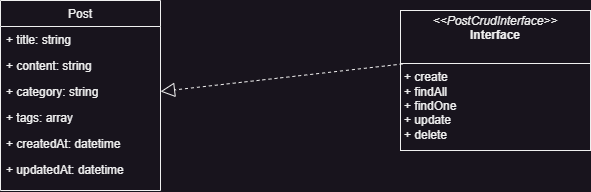
This is docs/diagrams/class/blogging_platform_api.png from Jexinte/Blogging-platform-api, a draw.io export, as it was before one commit. Source tidied: cells renumbered, new cells last; positions are measured from the earlier drawing's top-left corner, leaving out a move shared by most shapes.
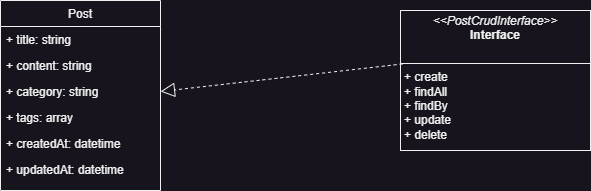
After the change.

Commit message:
delete function have been add to the interface and the class diagram have been updated #2

Diff of the diagram source:
```diff
@@ -23,7 +23,7 @@
     <mxCell id="8" value="+ updatedAt: datetime" style="text;align=left;verticalAlign=top;spacingLeft=4;spacingRight=4;overflow=hidden;rounded=0;shadow=0;html=0;" parent="2" vertex="1">
       <mxGeometry y="156" width="160" height="26" as="geometry" />
     </mxCell>
-    <mxCell id="9" value="&lt;p style=&quot;margin:0px;margin-top:4px;text-align:center;&quot;&gt;&lt;i&gt;&amp;lt;&amp;lt;PostCrudInterface&amp;gt;&amp;gt;&lt;/i&gt;&lt;br&gt;&lt;b&gt;Interface&lt;/b&gt;&lt;/p&gt;&lt;p style=&quot;margin:0px;margin-left:4px;&quot;&gt;&lt;br&gt;&lt;/p&gt;&lt;hr size=&quot;1&quot; style=&quot;border-style:solid;&quot;&gt;&lt;p style=&quot;margin:0px;margin-left:4px;&quot;&gt;+ create&lt;/p&gt;&lt;p style=&quot;margin:0px;margin-left:4px;&quot;&gt;+ findAll&lt;br&gt;+ findOne&lt;/p&gt;&lt;p style=&quot;margin:0px;margin-left:4px;&quot;&gt;+ update&lt;/p&gt;&lt;p style=&quot;margin:0px;margin-left:4px;&quot;&gt;+ delete&lt;/p&gt;&lt;p style=&quot;margin:0px;margin-left:4px;&quot;&gt;&lt;br&gt;&lt;/p&gt;" style="verticalAlign=top;align=left;overflow=fill;html=1;whiteSpace=wrap;" parent="1" vertex="1">
+    <mxCell id="9" value="&lt;p style=&quot;margin:0px;margin-top:4px;text-align:center;&quot;&gt;&lt;i&gt;&amp;lt;&amp;lt;PostCrudInterface&amp;gt;&amp;gt;&lt;/i&gt;&lt;br&gt;&lt;b&gt;Interface&lt;/b&gt;&lt;/p&gt;&lt;p style=&quot;margin:0px;margin-left:4px;&quot;&gt;&lt;br&gt;&lt;/p&gt;&lt;hr size=&quot;1&quot; style=&quot;border-style:solid;&quot;&gt;&lt;p style=&quot;margin:0px;margin-left:4px;&quot;&gt;+ create&lt;/p&gt;&lt;p style=&quot;margin:0px;margin-left:4px;&quot;&gt;+ findAll&lt;br&gt;+ findBy&lt;/p&gt;&lt;p style=&quot;margin:0px;margin-left:4px;&quot;&gt;+ update&lt;/p&gt;&lt;p style=&quot;margin:0px;margin-left:4px;&quot;&gt;+ delete&lt;/p&gt;&lt;p style=&quot;margin:0px;margin-left:4px;&quot;&gt;&lt;br&gt;&lt;/p&gt;" style="verticalAlign=top;align=left;overflow=fill;html=1;whiteSpace=wrap;" parent="1" vertex="1">
       <mxGeometry x="400" y="10" width="190" height="140" as="geometry" />
     </mxCell>
     <mxCell id="10" style="endArrow=block;dashed=1;endFill=0;endSize=12;html=1;rounded=0;exitX=0.011;exitY=0.382;exitDx=0;exitDy=0;exitPerimeter=0;entryX=1;entryY=0.5;entryDx=0;entryDy=0;" parent="1" edge="1" source="9" target="5">
```
